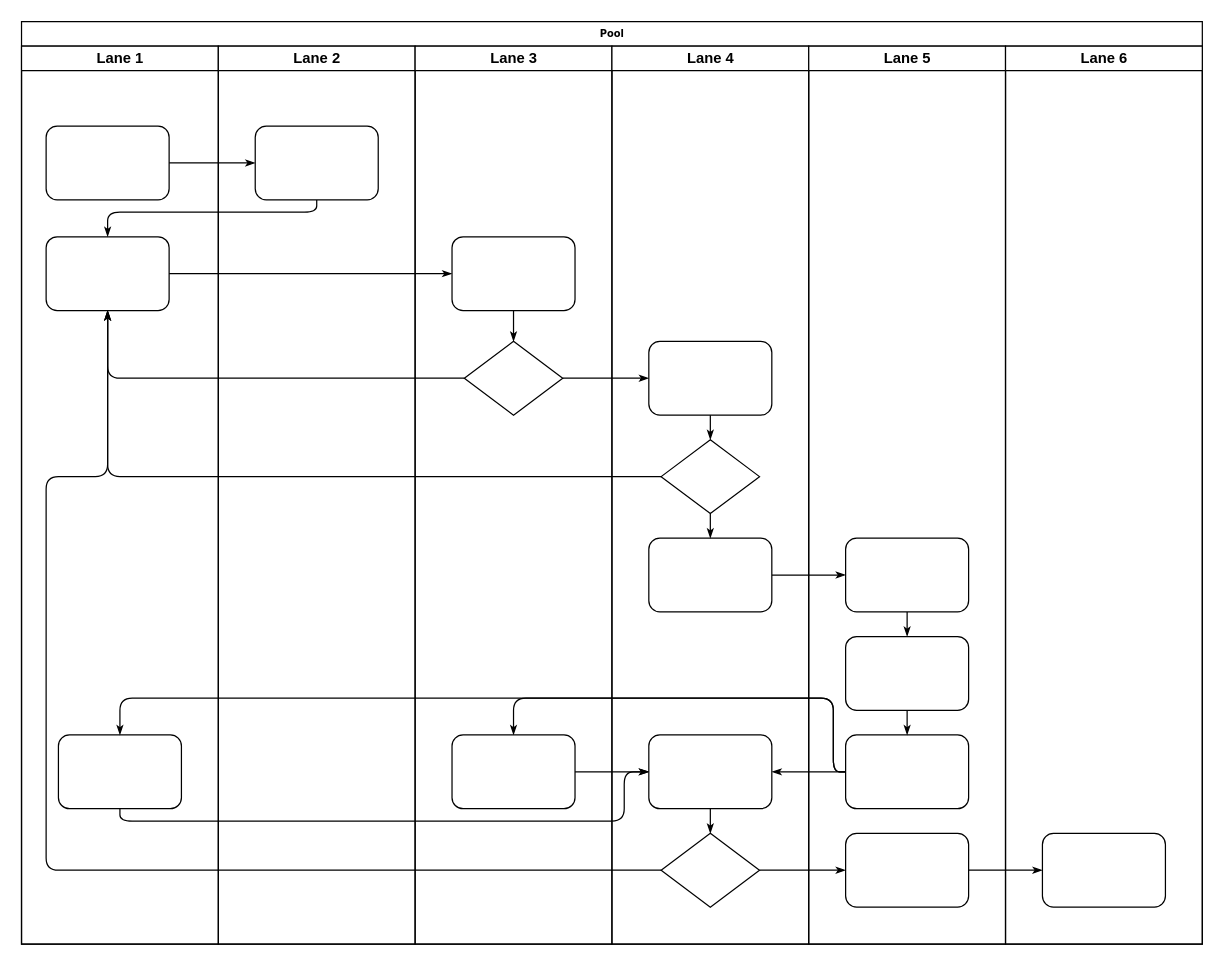
Above: 未命名绘图.drawio in lee259/hello (draw.io), before the change. Source tidied: cells renumbered, new cells numbered last; positions are measured from the earlier drawing's top-left corner, leaving out a move shared by most shapes. Both pictures are drawn from the tidied source at 123%, with x=0, y=0 at pixel (21, 21).
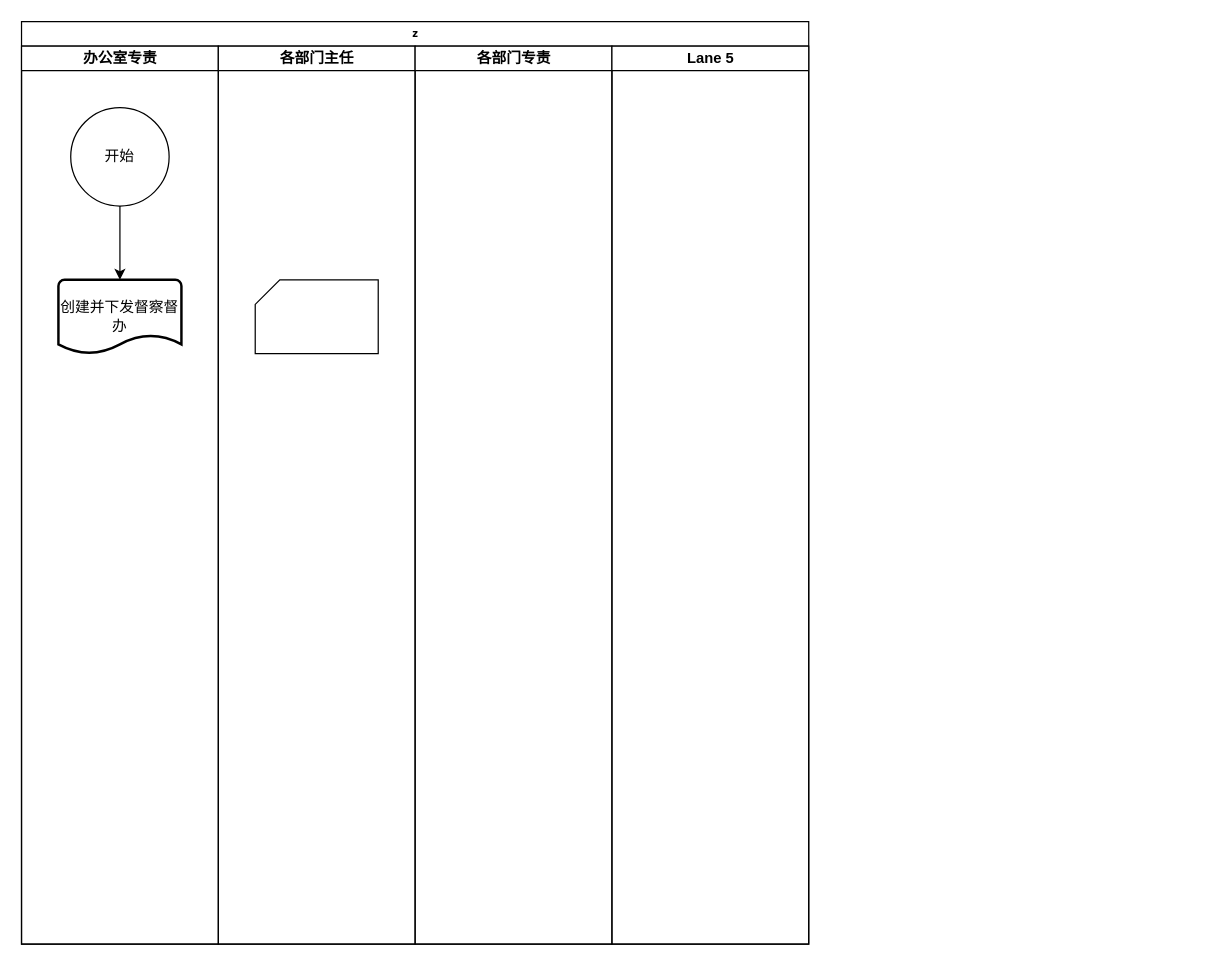
Above is the later version.

Change to the diagram source:
```diff
@@
-    <mxCell id="2" value="Pool" style="swimlane;html=1;startSize=20;rounded=0;shadow=0;labelBackgroundColor=none;strokeWidth=1;fontFamily=Verdana;fontSize=8;align=center;" parent="1" vertex="1">
-      <mxGeometry width="960" height="750" as="geometry" />
+    <mxCell id="2" value="z" style="swimlane;html=1;startSize=20;rounded=0;shadow=0;labelBackgroundColor=none;strokeWidth=1;fontFamily=Verdana;fontSize=8;align=center;" parent="1" vertex="1">
+      <mxGeometry width="640" height="750" as="geometry" />
     </mxCell>
-    <mxCell id="3" value="Lane 1" style="swimlane;html=1;startSize=20;" parent="2" vertex="1">
+    <mxCell id="3" value="办公室专责" style="swimlane;html=1;startSize=20;" parent="2" vertex="1">
       <mxGeometry y="20" width="160" height="730" as="geometry" />
     </mxCell>
-    <mxCell id="4" style="rounded=1;whiteSpace=wrap;html=1;shadow=0;labelBackgroundColor=none;strokeWidth=1;fontFamily=Verdana;fontSize=8;align=center;" parent="3" vertex="1">
-      <mxGeometry x="20" y="65" width="100" height="60" as="geometry" />
-    </mxCell>
-    <mxCell id="5" style="rounded=1;whiteSpace=wrap;html=1;shadow=0;labelBackgroundColor=none;strokeWidth=1;fontFamily=Verdana;fontSize=8;align=center;" parent="3" vertex="1">
-      <mxGeometry x="20" y="155" width="100" height="60" as="geometry" />
-    </mxCell>
-    <mxCell id="6" style="rounded=1;whiteSpace=wrap;html=1;shadow=0;labelBackgroundColor=none;strokeWidth=1;fontFamily=Verdana;fontSize=8;align=center;" parent="3" vertex="1">
-      <mxGeometry x="30" y="560" width="100" height="60" as="geometry" />
-    </mxCell>
-    <mxCell id="7" style="edgeStyle=orthogonalEdgeStyle;rounded=1;html=1;labelBackgroundColor=none;startArrow=none;startFill=0;startSize=5;endArrow=classicThin;endFill=1;endSize=5;jettySize=auto;strokeWidth=1;fontFamily=Verdana;fontSize=8;" parent="2" edge="1" source="4" target="23">
-      <mxGeometry relative="1" as="geometry" />
-    </mxCell>
-    <mxCell id="8" style="edgeStyle=orthogonalEdgeStyle;rounded=1;html=1;labelBackgroundColor=none;startArrow=none;startFill=0;startSize=5;endArrow=classicThin;endFill=1;endSize=5;jettySize=auto;strokeWidth=1;fontFamily=Verdana;fontSize=8;" parent="2" edge="1" source="23" target="5">
-      <mxGeometry relative="1" as="geometry">
-        <Array as="points">
-          <mxPoint x="240" y="155" />
-          <mxPoint x="70" y="155" />
-        </Array>
-      </mxGeometry>
-    </mxCell>
-    <mxCell id="9" style="edgeStyle=orthogonalEdgeStyle;rounded=1;html=1;labelBackgroundColor=none;startArrow=none;startFill=0;startSize=5;endArrow=classicThin;endFill=1;endSize=5;jettySize=auto;strokeWidth=1;fontFamily=Verdana;fontSize=8;" parent="2" edge="1" source="5" target="25">
-      <mxGeometry relative="1" as="geometry" />
-    </mxCell>
-    <mxCell id="10" style="edgeStyle=orthogonalEdgeStyle;rounded=1;html=1;labelBackgroundColor=none;startArrow=none;startFill=0;startSize=5;endArrow=classicThin;endFill=1;endSize=5;jettySize=auto;strokeWidth=1;fontFamily=Verdana;fontSize=8;" parent="2" edge="1" source="26" target="5">
-      <mxGeometry relative="1" as="geometry" />
-    </mxCell>
-    <mxCell id="11" style="edgeStyle=orthogonalEdgeStyle;rounded=1;html=1;labelBackgroundColor=none;startArrow=none;startFill=0;startSize=5;endArrow=classicThin;endFill=1;endSize=5;jettySize=auto;strokeWidth=1;fontFamily=Verdana;fontSize=8;" parent="2" edge="1" source="31" target="5">
-      <mxGeometry relative="1" as="geometry" />
-    </mxCell>
-    <mxCell id="12" style="edgeStyle=orthogonalEdgeStyle;rounded=1;html=1;labelBackgroundColor=none;startArrow=none;startFill=0;startSize=5;endArrow=classicThin;endFill=1;endSize=5;jettySize=auto;strokeWidth=1;fontFamily=Verdana;fontSize=8;" parent="2" edge="1" source="34" target="5">
-      <mxGeometry relative="1" as="geometry">
-        <Array as="points">
-          <mxPoint x="20" y="690" />
-          <mxPoint x="20" y="370" />
-          <mxPoint x="70" y="370" />
-        </Array>
-      </mxGeometry>
-    </mxCell>
-    <mxCell id="13" style="edgeStyle=orthogonalEdgeStyle;rounded=1;html=1;labelBackgroundColor=none;startArrow=none;startFill=0;startSize=5;endArrow=classicThin;endFill=1;endSize=5;jettySize=auto;strokeWidth=1;fontFamily=Verdana;fontSize=8;" parent="2" edge="1" source="26" target="30">
-      <mxGeometry relative="1" as="geometry" />
-    </mxCell>
-    <mxCell id="14" style="edgeStyle=orthogonalEdgeStyle;rounded=1;html=1;labelBackgroundColor=none;startArrow=none;startFill=0;startSize=5;endArrow=classicThin;endFill=1;endSize=5;jettySize=auto;strokeWidth=1;fontFamily=Verdana;fontSize=8;" parent="2" edge="1" source="34" target="42">
-      <mxGeometry relative="1" as="geometry" />
-    </mxCell>
-    <mxCell id="15" style="edgeStyle=orthogonalEdgeStyle;rounded=1;html=1;labelBackgroundColor=none;startArrow=none;startFill=0;startSize=5;endArrow=classicThin;endFill=1;endSize=5;jettySize=auto;strokeWidth=1;fontFamily=Verdana;fontSize=8;" parent="2" edge="1" source="42" target="46">
-      <mxGeometry relative="1" as="geometry" />
-    </mxCell>
-    <mxCell id="16" style="edgeStyle=orthogonalEdgeStyle;rounded=1;html=1;labelBackgroundColor=none;startArrow=none;startFill=0;startSize=5;endArrow=classicThin;endFill=1;endSize=5;jettySize=auto;strokeWidth=1;fontFamily=Verdana;fontSize=8;" parent="2" edge="1" source="32" target="39">
-      <mxGeometry relative="1" as="geometry" />
-    </mxCell>
-    <mxCell id="17" style="edgeStyle=orthogonalEdgeStyle;rounded=1;html=1;labelBackgroundColor=none;startArrow=none;startFill=0;startSize=5;endArrow=classicThin;endFill=1;endSize=5;jettySize=auto;strokeWidth=1;fontFamily=Verdana;fontSize=8;" parent="2" edge="1" source="41" target="27">
-      <mxGeometry relative="1" as="geometry">
-        <Array as="points">
-          <mxPoint x="660" y="610" />
-          <mxPoint x="660" y="550" />
-          <mxPoint x="400" y="550" />
-        </Array>
-      </mxGeometry>
-    </mxCell>
-    <mxCell id="18" style="edgeStyle=orthogonalEdgeStyle;rounded=1;html=1;labelBackgroundColor=none;startArrow=none;startFill=0;startSize=5;endArrow=classicThin;endFill=1;endSize=5;jettySize=auto;strokeColor=#000000;strokeWidth=1;fontFamily=Verdana;fontSize=8;fontColor=#000000;" parent="2" edge="1" source="41" target="33">
-      <mxGeometry relative="1" as="geometry" />
-    </mxCell>
-    <mxCell id="19" style="edgeStyle=orthogonalEdgeStyle;rounded=1;html=1;labelBackgroundColor=none;startArrow=none;startFill=0;startSize=5;endArrow=classicThin;endFill=1;endSize=5;jettySize=auto;strokeWidth=1;fontFamily=Verdana;fontSize=8;" parent="2" edge="1" source="41" target="6">
-      <mxGeometry relative="1" as="geometry">
-        <Array as="points">
-          <mxPoint x="660" y="610" />
-          <mxPoint x="660" y="550" />
-          <mxPoint x="80" y="550" />
-        </Array>
-      </mxGeometry>
-    </mxCell>
-    <mxCell id="20" style="edgeStyle=orthogonalEdgeStyle;rounded=1;html=1;labelBackgroundColor=none;startArrow=none;startFill=0;startSize=5;endArrow=classicThin;endFill=1;endSize=5;jettySize=auto;strokeWidth=1;fontFamily=Verdana;fontSize=8;" parent="2" edge="1" source="6" target="33">
-      <mxGeometry relative="1" as="geometry">
-        <Array as="points">
-          <mxPoint x="80" y="650" />
-          <mxPoint x="490" y="650" />
-          <mxPoint x="490" y="610" />
-        </Array>
-      </mxGeometry>
-    </mxCell>
-    <mxCell id="21" style="edgeStyle=orthogonalEdgeStyle;rounded=1;html=1;labelBackgroundColor=none;startArrow=none;startFill=0;startSize=5;endArrow=classicThin;endFill=1;endSize=5;jettySize=auto;strokeWidth=1;fontFamily=Verdana;fontSize=8;" parent="2" edge="1" source="27" target="33">
-      <mxGeometry relative="1" as="geometry" />
-    </mxCell>
+    <mxCell id="47" style="edgeStyle=orthogonalEdgeStyle;rounded=0;jettySize=auto;html=1;exitX=0.5;exitY=1;exitDx=0;exitDy=0;entryX=0.5;entryY=0;entryDx=0;entryDy=0;entryPerimeter=0;" parent="3" edge="1" source="48" target="49">
+      <mxGeometry relative="1" as="geometry" />
+    </mxCell>
+    <mxCell id="48" value="开始" style="ellipse;whiteSpace=wrap;html=1;" parent="3" vertex="1">
+      <mxGeometry x="40" y="50" width="80" height="80" as="geometry" />
+    </mxCell>
+    <mxCell id="49" value="创建并下发督察督办" style="strokeWidth=2;html=1;shape=mxgraph.flowchart.document2;whiteSpace=wrap;size=0.25;fontStyle=0;" parent="3" vertex="1">
+      <mxGeometry x="30" y="190" width="100" height="60" as="geometry" />
+    </mxCell>
-    <mxCell id="22" value="Lane 2" style="swimlane;html=1;startSize=20;" parent="2" vertex="1">
+    <mxCell id="22" value="各部门主任" style="swimlane;html=1;startSize=20;" parent="2" vertex="1">
       <mxGeometry x="160" y="20" width="160" height="730" as="geometry" />
     </mxCell>
-    <mxCell id="23" style="rounded=1;whiteSpace=wrap;html=1;shadow=0;labelBackgroundColor=none;strokeWidth=1;fontFamily=Verdana;fontSize=8;align=center;" parent="22" vertex="1">
-      <mxGeometry x="30" y="65" width="100" height="60" as="geometry" />
-    </mxCell>
+    <mxCell id="50" style="verticalLabelPosition=bottom;verticalAlign=top;html=1;shape=card;whiteSpace=wrap;size=20;arcSize=12;" parent="22" vertex="1">
+      <mxGeometry x="30" y="190" width="100" height="60" as="geometry" />
+    </mxCell>
-    <mxCell id="24" value="Lane 3" style="swimlane;html=1;startSize=20;" parent="2" vertex="1">
+    <mxCell id="24" value="各部门专责" style="swimlane;html=1;startSize=20;" parent="2" vertex="1">
       <mxGeometry x="320" y="20" width="160" height="730" as="geometry" />
     </mxCell>
-    <mxCell id="25" style="rounded=1;whiteSpace=wrap;html=1;shadow=0;labelBackgroundColor=none;strokeWidth=1;fontFamily=Verdana;fontSize=8;align=center;" parent="24" vertex="1">
-      <mxGeometry x="30" y="155" width="100" height="60" as="geometry" />
-    </mxCell>
-    <mxCell id="26" style="rhombus;whiteSpace=wrap;html=1;rounded=0;shadow=0;labelBackgroundColor=none;strokeWidth=1;fontFamily=Verdana;fontSize=8;align=center;" parent="24" vertex="1">
-      <mxGeometry x="40" y="240" width="80" height="60" as="geometry" />
-    </mxCell>
-    <mxCell id="27" style="rounded=1;whiteSpace=wrap;html=1;shadow=0;labelBackgroundColor=none;strokeWidth=1;fontFamily=Verdana;fontSize=8;align=center;" parent="24" vertex="1">
-      <mxGeometry x="30" y="560" width="100" height="60" as="geometry" />
-    </mxCell>
-    <mxCell id="28" style="edgeStyle=orthogonalEdgeStyle;rounded=1;html=1;labelBackgroundColor=none;startArrow=none;startFill=0;startSize=5;endArrow=classicThin;endFill=1;endSize=5;jettySize=auto;strokeWidth=1;fontFamily=Verdana;fontSize=8;" parent="24" edge="1" source="25" target="26">
-      <mxGeometry relative="1" as="geometry" />
-    </mxCell>
-    <mxCell id="29" value="Lane 4" style="swimlane;html=1;startSize=20;" parent="2" vertex="1">
-      <mxGeometry x="480" y="20" width="160" height="730" as="geometry" />
-    </mxCell>
-    <mxCell id="30" style="rounded=1;whiteSpace=wrap;html=1;shadow=0;labelBackgroundColor=none;strokeWidth=1;fontFamily=Verdana;fontSize=8;align=center;" parent="29" vertex="1">
-      <mxGeometry x="30" y="240" width="100" height="60" as="geometry" />
-    </mxCell>
-    <mxCell id="31" style="rhombus;whiteSpace=wrap;html=1;rounded=0;shadow=0;labelBackgroundColor=none;strokeWidth=1;fontFamily=Verdana;fontSize=8;align=center;" parent="29" vertex="1">
-      <mxGeometry x="40" y="320" width="80" height="60" as="geometry" />
-    </mxCell>
-    <mxCell id="32" style="rounded=1;whiteSpace=wrap;html=1;shadow=0;labelBackgroundColor=none;strokeWidth=1;fontFamily=Verdana;fontSize=8;align=center;" parent="29" vertex="1">
-      <mxGeometry x="30" y="400" width="100" height="60" as="geometry" />
-    </mxCell>
-    <mxCell id="33" style="rounded=1;whiteSpace=wrap;html=1;shadow=0;labelBackgroundColor=none;strokeWidth=1;fontFamily=Verdana;fontSize=8;align=center;" parent="29" vertex="1">
-      <mxGeometry x="30" y="560" width="100" height="60" as="geometry" />
-    </mxCell>
-    <mxCell id="34" style="rhombus;whiteSpace=wrap;html=1;rounded=0;shadow=0;labelBackgroundColor=none;strokeWidth=1;fontFamily=Verdana;fontSize=8;align=center;" parent="29" vertex="1">
-      <mxGeometry x="40" y="640" width="80" height="60" as="geometry" />
-    </mxCell>
-    <mxCell id="35" style="edgeStyle=orthogonalEdgeStyle;rounded=1;html=1;labelBackgroundColor=none;startArrow=none;startFill=0;startSize=5;endArrow=classicThin;endFill=1;endSize=5;jettySize=auto;strokeColor=#000000;strokeWidth=1;fontFamily=Verdana;fontSize=8;fontColor=#000000;" parent="29" edge="1" source="30" target="31">
-      <mxGeometry relative="1" as="geometry" />
-    </mxCell>
-    <mxCell id="36" style="edgeStyle=orthogonalEdgeStyle;rounded=1;html=1;labelBackgroundColor=none;startArrow=none;startFill=0;startSize=5;endArrow=classicThin;endFill=1;endSize=5;jettySize=auto;strokeWidth=1;fontFamily=Verdana;fontSize=8;" parent="29" edge="1" source="31" target="32">
-      <mxGeometry relative="1" as="geometry" />
-    </mxCell>
-    <mxCell id="37" style="edgeStyle=orthogonalEdgeStyle;rounded=1;html=1;labelBackgroundColor=none;startArrow=none;startFill=0;startSize=5;endArrow=classicThin;endFill=1;endSize=5;jettySize=auto;strokeWidth=1;fontFamily=Verdana;fontSize=8;" parent="29" edge="1" source="33" target="34">
-      <mxGeometry relative="1" as="geometry" />
-    </mxCell>
     <mxCell id="38" value="Lane 5" style="swimlane;html=1;startSize=20;" parent="2" vertex="1">
-      <mxGeometry x="640" y="20" width="160" height="730" as="geometry" />
+      <mxGeometry x="480" y="20" width="160" height="730" as="geometry" />
     </mxCell>
-    <mxCell id="39" style="rounded=1;whiteSpace=wrap;html=1;shadow=0;labelBackgroundColor=none;strokeWidth=1;fontFamily=Verdana;fontSize=8;align=center;" parent="38" vertex="1">
-      <mxGeometry x="30" y="400" width="100" height="60" as="geometry" />
-    </mxCell>
-    <mxCell id="40" style="rounded=1;whiteSpace=wrap;html=1;shadow=0;labelBackgroundColor=none;strokeWidth=1;fontFamily=Verdana;fontSize=8;align=center;" parent="38" vertex="1">
-      <mxGeometry x="30" y="480" width="100" height="60" as="geometry" />
-    </mxCell>
-    <mxCell id="41" style="rounded=1;whiteSpace=wrap;html=1;shadow=0;labelBackgroundColor=none;strokeWidth=1;fontFamily=Verdana;fontSize=8;align=center;" parent="38" vertex="1">
-      <mxGeometry x="30" y="560" width="100" height="60" as="geometry" />
-    </mxCell>
-    <mxCell id="42" style="rounded=1;whiteSpace=wrap;html=1;shadow=0;labelBackgroundColor=none;strokeWidth=1;fontFamily=Verdana;fontSize=8;align=center;" parent="38" vertex="1">
-      <mxGeometry x="30" y="640" width="100" height="60" as="geometry" />
-    </mxCell>
-    <mxCell id="43" style="edgeStyle=orthogonalEdgeStyle;rounded=1;html=1;labelBackgroundColor=none;startArrow=none;startFill=0;startSize=5;endArrow=classicThin;endFill=1;endSize=5;jettySize=auto;strokeWidth=1;fontFamily=Verdana;fontSize=8;" parent="38" edge="1" source="39" target="40">
-      <mxGeometry relative="1" as="geometry" />
-    </mxCell>
-    <mxCell id="44" style="edgeStyle=orthogonalEdgeStyle;rounded=1;html=1;labelBackgroundColor=none;startArrow=none;startFill=0;startSize=5;endArrow=classicThin;endFill=1;endSize=5;jettySize=auto;strokeWidth=1;fontFamily=Verdana;fontSize=8;" parent="38" edge="1" source="40" target="41">
-      <mxGeometry relative="1" as="geometry" />
-    </mxCell>
-    <mxCell id="45" value="Lane 6" style="swimlane;html=1;startSize=20;" parent="2" vertex="1">
-      <mxGeometry x="800" y="20" width="160" height="730" as="geometry" />
-    </mxCell>
-    <mxCell id="46" style="rounded=1;whiteSpace=wrap;html=1;shadow=0;labelBackgroundColor=none;strokeWidth=1;fontFamily=Verdana;fontSize=8;align=center;" parent="45" vertex="1">
-      <mxGeometry x="30" y="640" width="100" height="60" as="geometry" />
-    </mxCell>
```
